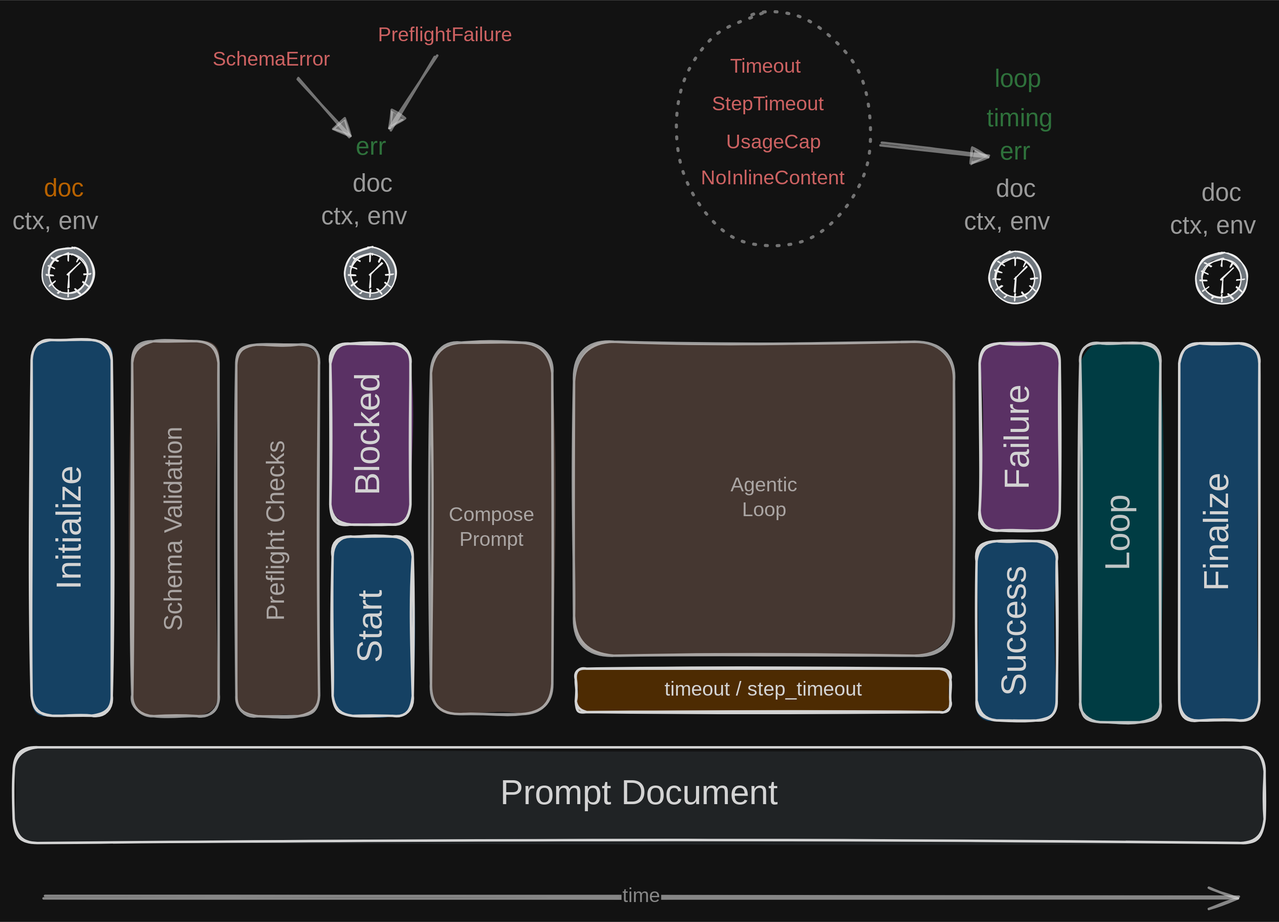
This is claudine/docs/getting-started/lifecycle.excalidraw.svg from yankeeinlondon/rusty-biscuit, a Excalidraw export, as it was before one commit. Source tidied: one line per element, renumbered; positions are measured from the earlier drawing's top-left corner, leaving out a move shared by most shapes.
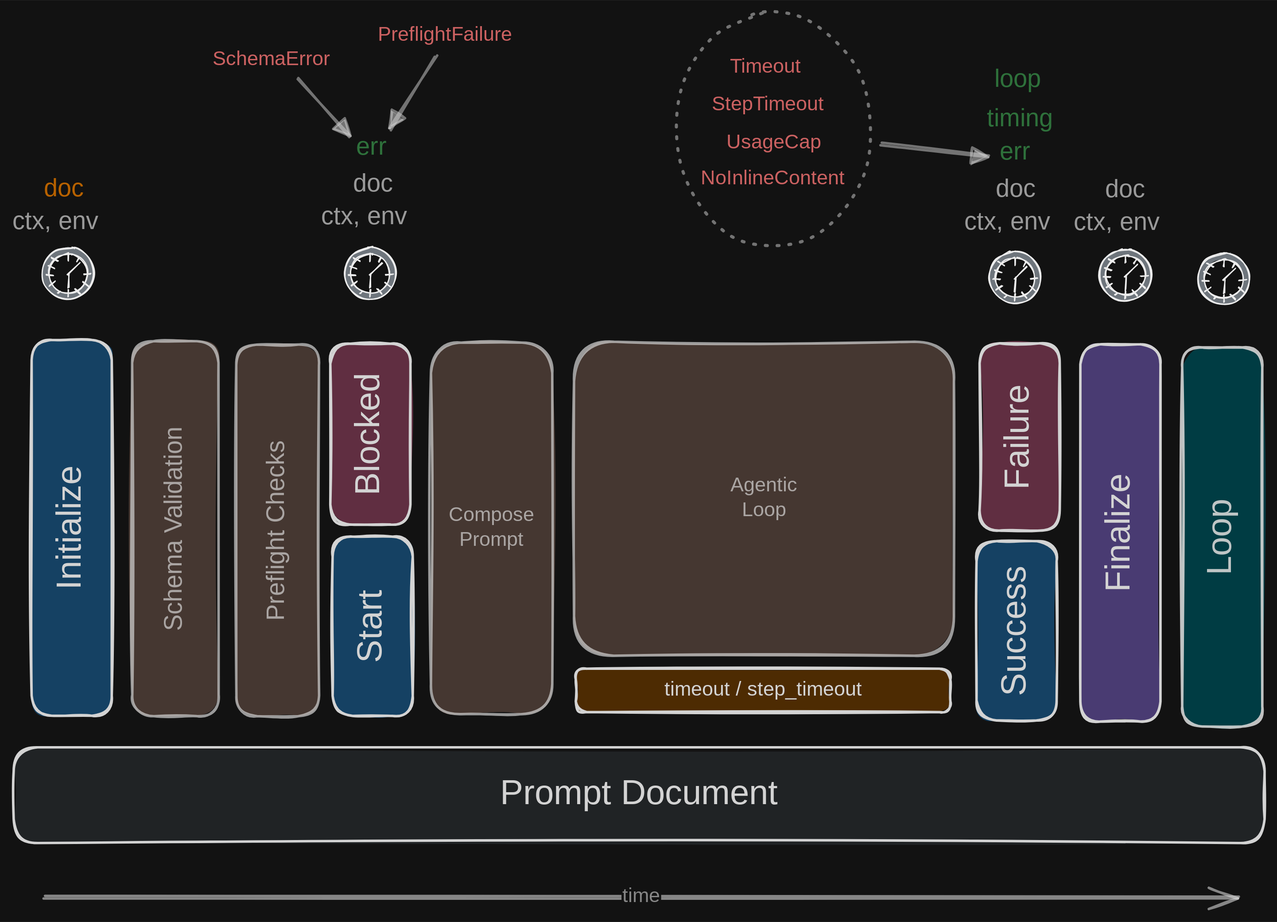
After the change.

Commit message:
docs(claudine): expand lifecycle spec and refresh diagram

What changed in the source:
```diff
@@ -6,3 +6,3 @@
 {"id": 5, "type": "text", "text": "Start", "strokeColor": "#1e1e1e", "angle": 4.71, "backgroundColor": "#e9ecef", "fillStyle": "solid", "strokeWidth": 2, "roughness": 1, "fontSize": 28, "fontFamily": 5, "textAlign": "center", "verticalAlign": "middle", "inside": 4, "x": 356, "y": 477, "width": 77, "height": 35}
-{"id": 6, "type": "rectangle", "strokeColor": "#1e1e1e", "angle": 4.71, "backgroundColor": "#eebefa", "fillStyle": "solid", "strokeWidth": 2, "roughness": 1, "round": true, "x": 319, "y": 308, "width": 146, "height": 65}
+{"id": 6, "type": "rectangle", "strokeColor": "#1e1e1e", "angle": 4.71, "backgroundColor": "#fcc2d7", "fillStyle": "solid", "strokeWidth": 2, "roughness": 1, "round": true, "x": 319, "y": 308, "width": 146, "height": 65}
 {"id": 7, "type": "text", "text": "Blocked", "strokeColor": "#1e1e1e", "angle": 4.71, "backgroundColor": "#e9ecef", "fillStyle": "solid", "strokeWidth": 2, "roughness": 1, "fontSize": 28, "fontFamily": 5, "textAlign": "center", "verticalAlign": "middle", "inside": 6, "x": 340, "y": 322, "width": 105, "height": 35}
@@ -10,3 +10,3 @@
 {"id": 9, "type": "text", "text": "Success", "strokeColor": "#1e1e1e", "angle": 4.71, "backgroundColor": "#e9ecef", "fillStyle": "solid", "strokeWidth": 2, "roughness": 1, "fontSize": 28, "fontFamily": 5, "textAlign": "center", "verticalAlign": "middle", "inside": 8, "x": 860, "y": 481, "width": 106, "height": 35}
-{"id": 10, "type": "rectangle", "strokeColor": "#1e1e1e", "angle": 4.71, "backgroundColor": "#eebefa", "fillStyle": "solid", "strokeWidth": 2, "roughness": 1, "round": true, "x": 840, "y": 310, "width": 151, "height": 65}
+{"id": 10, "type": "rectangle", "strokeColor": "#1e1e1e", "angle": 4.71, "backgroundColor": "#fcc2d7", "fillStyle": "solid", "strokeWidth": 2, "roughness": 1, "round": true, "x": 840, "y": 310, "width": 151, "height": 65}
 {"id": 11, "type": "text", "text": "Failure", "strokeColor": "#1e1e1e", "angle": 4.71, "backgroundColor": "#e9ecef", "fillStyle": "solid", "strokeWidth": 2, "roughness": 1, "fontSize": 28, "fontFamily": 5, "textAlign": "center", "verticalAlign": "middle", "inside": 10, "x": 872, "y": 325, "width": 88, "height": 35}
@@ -14,4 +14,4 @@
 {"id": 13, "type": "text", "text": "time", "strokeColor": "#1e1e1e", "backgroundColor": "#eebefa", "fillStyle": "solid", "strokeWidth": 2, "roughness": 1, "opacity": 60, "fontSize": 16, "fontFamily": 5, "textAlign": "center", "verticalAlign": "middle", "inside": 12, "x": 381, "y": 600, "width": 32, "height": 20}
-{"id": 14, "type": "rectangle", "strokeColor": "#1e1e1e", "angle": 4.71, "backgroundColor": "#99e9f2", "fillStyle": "solid", "strokeWidth": 2, "roughness": 1, "opacity": 90, "round": true, "x": 844, "y": 387, "width": 306, "height": 65}
+{"id": 14, "type": "rectangle", "strokeColor": "#1e1e1e", "angle": 4.71, "backgroundColor": "#99e9f2", "fillStyle": "solid", "strokeWidth": 2, "roughness": 1, "opacity": 90, "round": true, "x": 926, "y": 390, "width": 306, "height": 65}
-{"id": 15, "type": "text", "text": "Loop", "strokeColor": "#1e1e1e", "angle": 4.71, "backgroundColor": "#e9ecef", "fillStyle": "solid", "strokeWidth": 2, "roughness": 1, "opacity": 90, "fontSize": 28, "fontFamily": 5, "textAlign": "center", "verticalAlign": "middle", "inside": 14, "x": 965, "y": 402, "width": 64, "height": 35}
+{"id": 15, "type": "text", "text": "Loop", "strokeColor": "#1e1e1e", "angle": 4.71, "backgroundColor": "#e9ecef", "fillStyle": "solid", "strokeWidth": 2, "roughness": 1, "opacity": 90, "fontSize": 28, "fontFamily": 5, "textAlign": "center", "verticalAlign": "middle", "inside": 14, "x": 1047, "y": 405, "width": 64, "height": 35}
 {"id": 16, "type": "rectangle", "strokeColor": "#1e1e1e", "angle": 4.71, "backgroundColor": "#d2bab0", "fillStyle": "solid", "strokeWidth": 2, "roughness": 1, "opacity": 70, "round": true, "x": 168, "y": 384, "width": 300, "height": 67}
@@ -26,4 +26,4 @@
 {"id": 25, "type": "text", "text": "Schema Validation", "strokeColor": "#1e1e1e", "angle": 4.71, "backgroundColor": "#d2bab0", "fillStyle": "solid", "strokeWidth": 2, "roughness": 1, "opacity": 70, "fontSize": 20, "fontFamily": 5, "textAlign": "center", "verticalAlign": "middle", "inside": 24, "x": 149, "y": 404, "width": 171, "height": 25}
-{"id": 26, "type": "rectangle", "strokeColor": "#1e1e1e", "angle": 4.71, "backgroundColor": "#a5d8ff", "fillStyle": "solid", "strokeWidth": 2, "roughness": 1, "round": true, "x": 925, "y": 386, "width": 304, "height": 65}
+{"id": 26, "type": "rectangle", "strokeColor": "#1e1e1e", "angle": 4.71, "backgroundColor": "#d0bfff", "fillStyle": "solid", "strokeWidth": 2, "roughness": 1, "round": true, "x": 845, "y": 387, "width": 304, "height": 65}
-{"id": 27, "type": "text", "text": "Finalize", "strokeColor": "#1e1e1e", "angle": 4.71, "backgroundColor": "#e9ecef", "fillStyle": "solid", "strokeWidth": 2, "roughness": 1, "fontSize": 28, "fontFamily": 5, "textAlign": "center", "verticalAlign": "middle", "inside": 26, "x": 1027, "y": 401, "width": 100, "height": 35}
+{"id": 27, "type": "text", "text": "Finalize", "strokeColor": "#1e1e1e", "angle": 4.71, "backgroundColor": "#e9ecef", "fillStyle": "solid", "strokeWidth": 2, "roughness": 1, "fontSize": 28, "fontFamily": 5, "textAlign": "center", "verticalAlign": "middle", "inside": 26, "x": 947, "y": 402, "width": 100, "height": 35}
 {"id": 28, "type": "ellipse", "strokeColor": "#000000", "backgroundColor": "#868e96", "fillStyle": "solid", "strokeWidth": 1, "roughness": 1, "round": true, "x": 371, "y": 190, "width": 42, "height": 42}
@@ -73,17 +73,17 @@
 {"id": 72, "type": "line", "strokeColor": "#000000", "angle": 5.74, "backgroundColor": "#868e96", "fillStyle": "solid", "strokeWidth": 1, "roughness": 1, "round": true, "x": 906, "y": 229, "width": 2, "height": 0, "points": [[0, 0], [-2, 0]]}
-{"id": 73, "type": "ellipse", "strokeColor": "#000000", "backgroundColor": "#868e96", "fillStyle": "solid", "strokeWidth": 1, "roughness": 1, "round": true, "x": 1058, "y": 194, "width": 42, "height": 42}
-{"id": 74, "type": "ellipse", "strokeColor": "#000000", "backgroundColor": "white", "fillStyle": "solid", "strokeWidth": 1, "roughness": 1, "x": 1063, "y": 199, "width": 32, "height": 32}
-{"id": 75, "type": "line", "strokeColor": "#000000", "backgroundColor": "white", "fillStyle": "solid", "strokeWidth": 1, "roughness": 1, "round": true, "x": 1078, "y": 216, "width": 10, "height": 10, "points": [[0, 0], [10, -10]]}
-{"id": 76, "type": "line", "strokeColor": "#000000", "backgroundColor": "#868e96", "fillStyle": "solid", "strokeWidth": 1, "roughness": 1, "round": true, "x": 1079, "y": 226, "width": 1, "height": 12, "points": [[0, 0], [1, -12]]}
-{"id": 77, "type": "line", "strokeColor": "#000000", "backgroundColor": "#868e96", "fillStyle": "solid", "strokeWidth": 1, "roughness": 1, "round": true, "x": 1079, "y": 199, "width": 0, "height": 5, "points": [[0, 0], [0, 5]]}
-{"id": 78, "type": "line", "strokeColor": "#000000", "backgroundColor": "#868e96", "fillStyle": "solid", "strokeWidth": 1, "roughness": 1, "round": true, "x": 1088, "y": 202, "width": 2, "height": 3, "points": [[0, 0], [-2, 3]]}
-{"id": 79, "type": "line", "strokeColor": "#000000", "backgroundColor": "#868e96", "fillStyle": "solid", "strokeWidth": 1, "roughness": 1, "round": true, "x": 1097, "y": 215, "width": 6, "height": 1, "points": [[0, 0], [-6, 1]]}
-{"id": 80, "type": "line", "strokeColor": "#000000", "angle": 1.69, "backgroundColor": "#868e96", "fillStyle": "solid", "strokeWidth": 1, "roughness": 1, "round": true, "x": 1081, "y": 230, "width": 6, "height": 1, "points": [[0, 0], [-6, 1]]}
-{"id": 81, "type": "line", "strokeColor": "#000000", "angle": 0.9, "backgroundColor": "#868e96", "fillStyle": "solid", "strokeWidth": 1, "roughness": 1, "round": true, "x": 1089, "y": 229, "width": 6, "height": 1, "points": [[0, 0], [-6, 1]]}
-{"id": 82, "type": "line", "strokeColor": "#000000", "angle": 0.79, "backgroundColor": "#868e96", "fillStyle": "solid", "strokeWidth": 1, "roughness": 1, "round": true, "x": 1095, "y": 223, "width": 6, "height": 1, "points": [[0, 0], [-6, 1]]}
-{"id": 83, "type": "line", "strokeColor": "#000000", "angle": 0.15, "backgroundColor": "#868e96", "fillStyle": "solid", "strokeWidth": 1, "roughness": 1, "round": true, "x": 1067, "y": 216, "width": 6, "height": 1, "points": [[0, 0], [-6, 1]]}
-{"id": 84, "type": "line", "strokeColor": "#000000", "angle": 0.46, "backgroundColor": "#868e96", "fillStyle": "solid", "strokeWidth": 1, "roughness": 1, "round": true, "x": 1068, "y": 209, "width": 6, "height": 1, "points": [[0, 0], [-6, 1]]}
-{"id": 85, "type": "line", "strokeColor": "#000000", "angle": 0.62, "backgroundColor": "#868e96", "fillStyle": "solid", "strokeWidth": 1, "roughness": 1, "round": true, "x": 1070, "y": 203, "width": 6, "height": 1, "points": [[0, 0], [-6, 1]]}
-{"id": 86, "type": "line", "strokeColor": "#000000", "angle": 5.74, "backgroundColor": "#868e96", "fillStyle": "solid", "strokeWidth": 1, "roughness": 1, "round": true, "x": 1068, "y": 223, "width": 6, "height": 1, "points": [[0, 0], [-6, 1]]}
-{"id": 87, "type": "line", "strokeColor": "#000000", "angle": 5.74, "backgroundColor": "#868e96", "fillStyle": "solid", "strokeWidth": 1, "roughness": 1, "round": true, "x": 1072, "y": 230, "width": 2, "height": 0, "points": [[0, 0], [-2, 0]]}
+{"id": 110, "type": "ellipse", "strokeColor": "#000000", "backgroundColor": "#868e96", "fillStyle": "solid", "strokeWidth": 1, "roughness": 1, "round": true, "x": 980, "y": 191, "width": 42, "height": 42}
+{"id": 111, "type": "ellipse", "strokeColor": "#000000", "backgroundColor": "white", "fillStyle": "solid", "strokeWidth": 1, "roughness": 1, "x": 985, "y": 196, "width": 32, "height": 32}
+{"id": 112, "type": "line", "strokeColor": "#000000", "backgroundColor": "white", "fillStyle": "solid", "strokeWidth": 1, "roughness": 1, "round": true, "x": 1001, "y": 213, "width": 10, "height": 10, "points": [[0, 0], [10, -10]]}
+{"id": 113, "type": "line", "strokeColor": "#000000", "backgroundColor": "#868e96", "fillStyle": "solid", "strokeWidth": 1, "roughness": 1, "round": true, "x": 1001, "y": 224, "width": 1, "height": 12, "points": [[0, 0], [1, -12]]}
+{"id": 114, "type": "line", "strokeColor": "#000000", "backgroundColor": "#868e96", "fillStyle": "solid", "strokeWidth": 1, "roughness": 1, "round": true, "x": 1001, "y": 197, "width": 0, "height": 5, "points": [[0, 0], [0, 5]]}
+{"id": 115, "type": "line", "strokeColor": "#000000", "backgroundColor": "#868e96", "fillStyle": "solid", "strokeWidth": 1, "roughness": 1, "round": true, "x": 1010, "y": 199, "width": 2, "height": 3, "points": [[0, 0], [-2, 3]]}
+{"id": 116, "type": "line", "strokeColor": "#000000", "backgroundColor": "#868e96", "fillStyle": "solid", "strokeWidth": 1, "roughness": 1, "round": true, "x": 1019, "y": 212, "width": 6, "height": 1, "points": [[0, 0], [-6, 1]]}
+{"id": 117, "type": "line", "strokeColor": "#000000", "angle": 1.69, "backgroundColor": "#868e96", "fillStyle": "solid", "strokeWidth": 1, "roughness": 1, "round": true, "x": 1004, "y": 227, "width": 6, "height": 1, "points": [[0, 0], [-6, 1]]}
+{"id": 118, "type": "line", "strokeColor": "#000000", "angle": 0.9, "backgroundColor": "#868e96", "fillStyle": "solid", "strokeWidth": 1, "roughness": 1, "round": true, "x": 1011, "y": 226, "width": 6, "height": 1, "points": [[0, 0], [-6, 1]]}
+{"id": 119, "type": "line", "strokeColor": "#000000", "angle": 0.79, "backgroundColor": "#868e96", "fillStyle": "solid", "strokeWidth": 1, "roughness": 1, "round": true, "x": 1018, "y": 220, "width": 6, "height": 1, "points": [[0, 0], [-6, 1]]}
+{"id": 120, "type": "line", "strokeColor": "#000000", "angle": 0.15, "backgroundColor": "#868e96", "fillStyle": "solid", "strokeWidth": 1, "roughness": 1, "round": true, "x": 989, "y": 213, "width": 6, "height": 1, "points": [[0, 0], [-6, 1]]}
+{"id": 121, "type": "line", "strokeColor": "#000000", "angle": 0.46, "backgroundColor": "#868e96", "fillStyle": "solid", "strokeWidth": 1, "roughness": 1, "round": true, "x": 990, "y": 206, "width": 6, "height": 1, "points": [[0, 0], [-6, 1]]}
+{"id": 122, "type": "line", "strokeColor": "#000000", "angle": 0.62, "backgroundColor": "#868e96", "fillStyle": "solid", "strokeWidth": 1, "roughness": 1, "round": true, "x": 993, "y": 200, "width": 6, "height": 1, "points": [[0, 0], [-6, 1]]}
+{"id": 123, "type": "line", "strokeColor": "#000000", "angle": 5.74, "backgroundColor": "#868e96", "fillStyle": "solid", "strokeWidth": 1, "roughness": 1, "round": true, "x": 991, "y": 220, "width": 6, "height": 1, "points": [[0, 0], [-6, 1]]}
+{"id": 124, "type": "line", "strokeColor": "#000000", "angle": 5.74, "backgroundColor": "#868e96", "fillStyle": "solid", "strokeWidth": 1, "roughness": 1, "round": true, "x": 994, "y": 227, "width": 2, "height": 0, "points": [[0, 0], [-2, 0]]}
 {"id": 88, "type": "text", "text": "doc", "strokeColor": "#f08c00", "strokeWidth": 2, "roughness": 1, "fontSize": 20, "fontFamily": 5, "x": 129, "y": 131, "width": 34, "height": 25}
@@ -97,4 +97,4 @@
 {"id": 96, "type": "text", "text": "timing", "strokeColor": "#2f9e44", "strokeWidth": 2, "roughness": 1, "opacity": 70, "fontSize": 20, "fontFamily": 5, "x": 889, "y": 74, "width": 56, "height": 25}
-{"id": 97, "type": "text", "text": "doc", "strokeColor": "#1e1e1e", "strokeWidth": 2, "roughness": 1, "opacity": 70, "fontSize": 20, "fontFamily": 5, "x": 1062, "y": 134, "width": 34, "height": 25}
+{"id": 97, "type": "text", "text": "doc", "strokeColor": "#1e1e1e", "strokeWidth": 2, "roughness": 1, "opacity": 70, "fontSize": 20, "fontFamily": 5, "x": 985, "y": 131, "width": 34, "height": 25}
-{"id": 98, "type": "text", "text": "ctx, env", "strokeColor": "#1e1e1e", "strokeWidth": 2, "roughness": 1, "opacity": 70, "fontSize": 20, "fontFamily": 5, "x": 1037, "y": 161, "width": 78, "height": 25}
+{"id": 98, "type": "text", "text": "ctx, env", "strokeColor": "#1e1e1e", "strokeWidth": 2, "roughness": 1, "opacity": 70, "fontSize": 20, "fontFamily": 5, "x": 959, "y": 158, "width": 78, "height": 25}
 {"id": 99, "type": "text", "text": "loop", "strokeColor": "#2f9e44", "strokeWidth": 2, "roughness": 1, "opacity": 70, "fontSize": 20, "fontFamily": 5, "x": 895, "y": 42, "width": 39, "height": 25}
@@ -110,1 +110,16 @@
 {"id": 109, "type": "arrow", "strokeColor": "#1e1e1e", "strokeWidth": 2, "roughness": 1, "opacity": 50, "endArrowhead": "triangle", "round": true, "from": 108, "to": 95, "x": 804, "y": 106, "width": 86, "height": 10, "points": [[0, 0], [86, 10]]}
+{"id": 73, "type": "ellipse", "strokeColor": "#000000", "backgroundColor": "#868e96", "fillStyle": "solid", "strokeWidth": 1, "roughness": 1, "round": true, "x": 1059, "y": 194, "width": 42, "height": 42}
+{"id": 74, "type": "ellipse", "strokeColor": "#000000", "backgroundColor": "white", "fillStyle": "solid", "strokeWidth": 1, "roughness": 1, "x": 1065, "y": 199, "width": 32, "height": 32}
+{"id": 75, "type": "line", "strokeColor": "#000000", "backgroundColor": "white", "fillStyle": "solid", "strokeWidth": 1, "roughness": 1, "round": true, "x": 1080, "y": 216, "width": 10, "height": 10, "points": [[0, 0], [10, -10]]}
+{"id": 76, "type": "line", "strokeColor": "#000000", "backgroundColor": "#868e96", "fillStyle": "solid", "strokeWidth": 1, "roughness": 1, "round": true, "x": 1080, "y": 227, "width": 1, "height": 12, "points": [[0, 0], [1, -12]]}
+{"id": 77, "type": "line", "strokeColor": "#000000", "backgroundColor": "#868e96", "fillStyle": "solid", "strokeWidth": 1, "roughness": 1, "round": true, "x": 1080, "y": 200, "width": 0, "height": 5, "points": [[0, 0], [0, 5]]}
+{"id": 78, "type": "line", "strokeColor": "#000000", "backgroundColor": "#868e96", "fillStyle": "solid", "strokeWidth": 1, "roughness": 1, "round": true, "x": 1089, "y": 202, "width": 2, "height": 3, "points": [[0, 0], [-2, 3]]}
+{"id": 79, "type": "line", "strokeColor": "#000000", "backgroundColor": "#868e96", "fillStyle": "solid", "strokeWidth": 1, "roughness": 1, "round": true, "x": 1099, "y": 215, "width": 6, "height": 1, "points": [[0, 0], [-6, 1]]}
+{"id": 80, "type": "line", "strokeColor": "#000000", "angle": 1.69, "backgroundColor": "#868e96", "fillStyle": "solid", "strokeWidth": 1, "roughness": 1, "round": true, "x": 1083, "y": 230, "width": 6, "height": 1, "points": [[0, 0], [-6, 1]]}
+{"id": 81, "type": "line", "strokeColor": "#000000", "angle": 0.9, "backgroundColor": "#868e96", "fillStyle": "solid", "strokeWidth": 1, "roughness": 1, "round": true, "x": 1091, "y": 229, "width": 6, "height": 1, "points": [[0, 0], [-6, 1]]}
+{"id": 82, "type": "line", "strokeColor": "#000000", "angle": 0.79, "backgroundColor": "#868e96", "fillStyle": "solid", "strokeWidth": 1, "roughness": 1, "round": true, "x": 1097, "y": 223, "width": 6, "height": 1, "points": [[0, 0], [-6, 1]]}
+{"id": 83, "type": "line", "strokeColor": "#000000", "angle": 0.15, "backgroundColor": "#868e96", "fillStyle": "solid", "strokeWidth": 1, "roughness": 1, "round": true, "x": 1068, "y": 216, "width": 6, "height": 1, "points": [[0, 0], [-6, 1]]}
+{"id": 84, "type": "line", "strokeColor": "#000000", "angle": 0.46, "backgroundColor": "#868e96", "fillStyle": "solid", "strokeWidth": 1, "roughness": 1, "round": true, "x": 1069, "y": 210, "width": 6, "height": 1, "points": [[0, 0], [-6, 1]]}
+{"id": 85, "type": "line", "strokeColor": "#000000", "angle": 0.62, "backgroundColor": "#868e96", "fillStyle": "solid", "strokeWidth": 1, "roughness": 1, "round": true, "x": 1072, "y": 203, "width": 6, "height": 1, "points": [[0, 0], [-6, 1]]}
+{"id": 86, "type": "line", "strokeColor": "#000000", "angle": 5.74, "backgroundColor": "#868e96", "fillStyle": "solid", "strokeWidth": 1, "roughness": 1, "round": true, "x": 1070, "y": 223, "width": 6, "height": 1, "points": [[0, 0], [-6, 1]]}
+{"id": 87, "type": "line", "strokeColor": "#000000", "angle": 5.74, "backgroundColor": "#868e96", "fillStyle": "solid", "strokeWidth": 1, "roughness": 1, "round": true, "x": 1074, "y": 230, "width": 2, "height": 0, "points": [[0, 0], [-2, 0]]}
```
